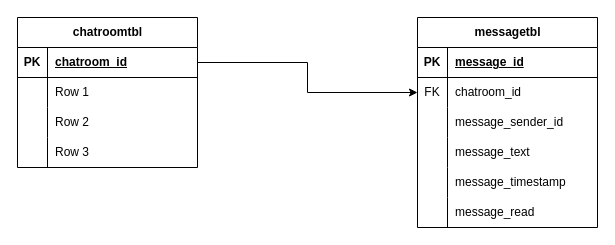
Earlier version of the draw.io diagram 채팅 클라이언트 DB.drawio (Hyunmin-Kwak-hub/neighbor21). Source tidied: cells renumbered, new cells numbered last; positions are measured from the earlier drawing's top-left corner, leaving out a move shared by most shapes. Both pictures are drawn from the tidied source at 100%, with x=0, y=0 at pixel (17, 17).
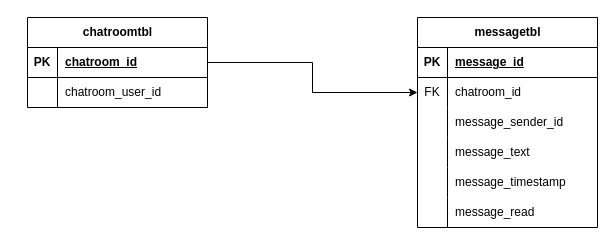
Above is the later version.

Commit message (it also covers changes not shown here):
채팅 클라이언트 DB.drawio 업데이트

Unchanged cells that the change refers to:
```xml
<mxCell id="6" style="shape=tableRow;horizontal=0;startSize=0;swimlaneHead=0;swimlaneBody=0;fillColor=none;points=[[0,0.5],[1,0.5]];portConstraint=eastwest;top=0;left=0;right=0;bottom=0;" parent="2" vertex="1">
  <mxGeometry y="60" width="180" height="30" as="geometry" />
</mxCell>
<mxCell id="22" style="shape=tableRow;horizontal=0;startSize=0;swimlaneHead=0;swimlaneBody=0;fillColor=none;points=[[0,0.5],[1,0.5]];portConstraint=eastwest;top=0;left=0;right=0;bottom=1;" parent="21" vertex="1">
  <mxGeometry y="30" width="180" height="30" as="geometry" />
</mxCell>
<mxCell id="25" style="shape=tableRow;horizontal=0;startSize=0;swimlaneHead=0;swimlaneBody=0;fillColor=none;top=0;left=0;right=0;bottom=0;" parent="21" vertex="1">
  <mxGeometry y="60" width="180" height="30" as="geometry" />
</mxCell>
```

Diff of the diagram source:
```diff
@@
+    <mxCell id="34" style="edgeStyle=orthogonalEdgeStyle;rounded=0;jettySize=auto;html=1;exitX=1;exitY=0.5;exitDx=0;exitDy=0;entryX=0;entryY=0.5;entryDx=0;entryDy=0;" parent="1" edge="1" source="22" target="6">
+      <mxGeometry relative="1" as="geometry" />
+    </mxCell>
     <mxCell id="21" value="chatroomtbl" style="shape=table;startSize=30;childLayout=tableLayout;rowLines=0;fontStyle=1;align=center;html=1;" parent="1" vertex="1">
-      <mxGeometry width="180" height="150" as="geometry" />
+      <mxGeometry x="10" width="180" height="90" as="geometry" />
     </mxCell>
@@
-    <mxCell id="27" value="Row 1" style="shape=partialRectangle;fillColor=none;top=0;left=0;bottom=0;right=0;align=left;spacingLeft=6;overflow=hidden;whiteSpace=wrap;html=1;" parent="25" vertex="1">
+    <mxCell id="27" value="chatroom_user_id" style="shape=partialRectangle;fillColor=none;top=0;left=0;bottom=0;right=0;align=left;spacingLeft=6;overflow=hidden;whiteSpace=wrap;html=1;" parent="25" vertex="1">
       <mxGeometry x="30" width="150" height="30" as="geometry" />
     </mxCell>
-    <mxCell id="28" style="shape=tableRow;horizontal=0;startSize=0;swimlaneHead=0;swimlaneBody=0;fillColor=none;top=0;left=0;right=0;bottom=0;" parent="21" vertex="1">
-      <mxGeometry y="90" width="180" height="30" as="geometry" />
-    </mxCell>
-    <mxCell id="29" style="shape=partialRectangle;fillColor=none;top=0;left=0;bottom=0;right=0;overflow=hidden;whiteSpace=wrap;html=1;" parent="28" vertex="1">
-      <mxGeometry width="30" height="30" as="geometry" />
-    </mxCell>
-    <mxCell id="30" value="Row 2" style="shape=partialRectangle;fillColor=none;top=0;left=0;bottom=0;right=0;align=left;spacingLeft=6;overflow=hidden;whiteSpace=wrap;html=1;" parent="28" vertex="1">
-      <mxGeometry x="30" width="150" height="30" as="geometry" />
-    </mxCell>
-    <mxCell id="31" style="shape=tableRow;horizontal=0;startSize=0;swimlaneHead=0;swimlaneBody=0;fillColor=none;top=0;left=0;right=0;bottom=0;" parent="21" vertex="1">
-      <mxGeometry y="120" width="180" height="30" as="geometry" />
-    </mxCell>
-    <mxCell id="32" style="shape=partialRectangle;fillColor=none;top=0;left=0;bottom=0;right=0;overflow=hidden;whiteSpace=wrap;html=1;" parent="31" vertex="1">
-      <mxGeometry width="30" height="30" as="geometry" />
-    </mxCell>
-    <mxCell id="33" value="Row 3" style="shape=partialRectangle;fillColor=none;top=0;left=0;bottom=0;right=0;align=left;spacingLeft=6;overflow=hidden;whiteSpace=wrap;html=1;" parent="31" vertex="1">
-      <mxGeometry x="30" width="150" height="30" as="geometry" />
-    </mxCell>
-    <mxCell id="34" style="edgeStyle=orthogonalEdgeStyle;rounded=0;jettySize=auto;html=1;exitX=1;exitY=0.5;exitDx=0;exitDy=0;entryX=0;entryY=0.5;entryDx=0;entryDy=0;" parent="1" edge="1" source="22" target="6">
-      <mxGeometry relative="1" as="geometry" />
-    </mxCell>
```
